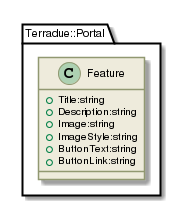
This is _images/plantuml-05c97ae9eeca60134523ca736456f22bb2f2224d.png from Terradue/doc-tep-geohazards-arch, a PlantUML export, as it was before one commit.
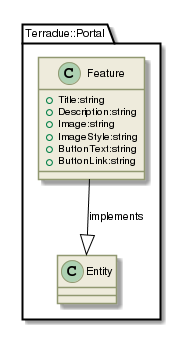
After the commit.

Change to the diagram source:
```diff
@@ -146,5 +146,6 @@
  +ButtonText:string
  +ButtonLink:string
 }
+Terradue::Portal::Feature  --|>  Terradue::Portal::Entity : implements
 
 @enduml
```
